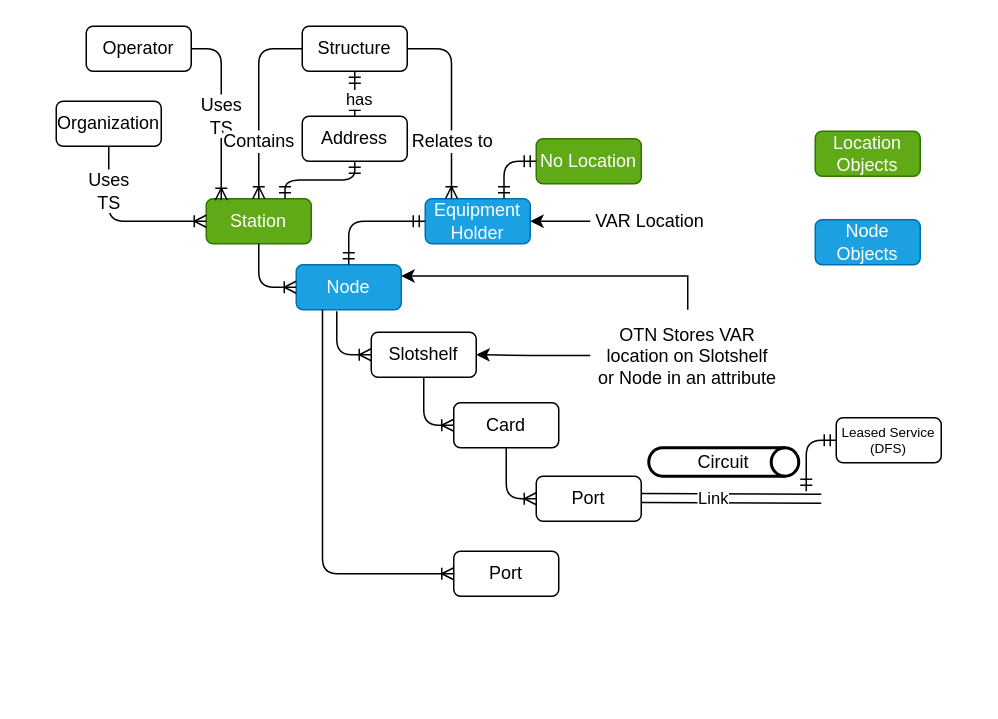
This is page "OSS" (2 of 5) of Untitled Diagram.drawio from dearishtaq/hello-world-old, a draw.io file, before an edit. Source tidied: cells renumbered, new cells numbered last; positions are measured from the earlier drawing's top-left corner, leaving out a move shared by most shapes. Both pictures are drawn from the tidied source at 150%, with x=0, y=0 at pixel (56, 26).
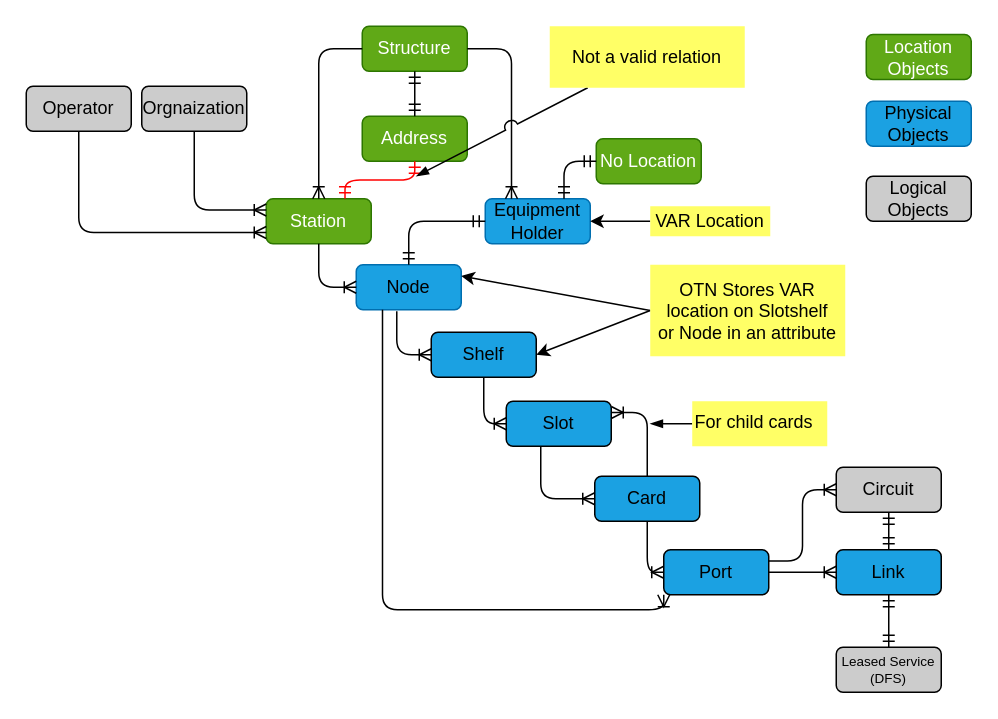
Above is the later version.

Unchanged cells that the change refers to:
```xml
<mxCell id="33" style="fontSize=12;html=1;endArrow=ERmandOne;startArrow=ERmandOne;entryX=0.5;entryY=0;entryDx=0;entryDy=0;exitX=0.5;exitY=1;exitDx=0;exitDy=0;" parent="1" edge="1" source="29" target="32">
  <mxGeometry relative="1" as="geometry" />
</mxCell>
```

Change to the diagram source:
```diff
@@
     <mxCell id="2" value="Station" style="rounded=1;whiteSpace=wrap;html=1;fillColor=#60a917;strokeColor=#2D7600;fontColor=#ffffff;" parent="1" vertex="1">
-      <mxGeometry x="100" y="115" width="70" height="30" as="geometry" />
+      <mxGeometry x="140" y="115" width="70" height="30" as="geometry" />
     </mxCell>
-    <mxCell id="3" value="Node" style="rounded=1;whiteSpace=wrap;html=1;fillColor=#1ba1e2;strokeColor=#006EAF;fontColor=#ffffff;" parent="1" vertex="1">
-      <mxGeometry x="160" y="159" width="70" height="30" as="geometry" />
+    <mxCell id="3" value="Node" style="rounded=1;whiteSpace=wrap;html=1;strokeColor=#006EAF;fillColor=#1BA1E2;" parent="1" vertex="1">
+      <mxGeometry x="200" y="159" width="70" height="30" as="geometry" />
     </mxCell>
@@
-    <mxCell id="5" value="Slotshelf" style="rounded=1;whiteSpace=wrap;html=1;" parent="1" vertex="1">
-      <mxGeometry x="210" y="204" width="70" height="30" as="geometry" />
+    <mxCell id="5" value="Shelf" style="rounded=1;whiteSpace=wrap;html=1;fillColor=#1BA1E2;" parent="1" vertex="1">
+      <mxGeometry x="250" y="204" width="70" height="30" as="geometry" />
     </mxCell>
@@
-    <mxCell id="7" value="Card" style="rounded=1;whiteSpace=wrap;html=1;" parent="1" vertex="1">
-      <mxGeometry x="265" y="251" width="70" height="30" as="geometry" />
+    <mxCell id="7" value="Card" style="rounded=1;whiteSpace=wrap;html=1;fillColor=#1BA1E2;" parent="1" vertex="1">
+      <mxGeometry x="359" y="300" width="70" height="30" as="geometry" />
     </mxCell>
-    <mxCell id="8" style="edgeStyle=orthogonalEdgeStyle;fontSize=12;html=1;endArrow=ERoneToMany;entryX=0;entryY=0.5;entryDx=0;entryDy=0;" parent="1" edge="1" source="5" target="7">
+    <mxCell id="8" style="edgeStyle=orthogonalEdgeStyle;fontSize=12;html=1;endArrow=ERoneToMany;entryX=0;entryY=0.5;entryDx=0;entryDy=0;" parent="1" edge="1" source="5" target="40">
       <mxGeometry relative="1" as="geometry" />
     </mxCell>
-    <mxCell id="9" value="Port" style="rounded=1;whiteSpace=wrap;html=1;" parent="1" vertex="1">
-      <mxGeometry x="320" y="300" width="70" height="30" as="geometry" />
+    <mxCell id="9" value="Port" style="rounded=1;whiteSpace=wrap;html=1;fillColor=#1BA1E2;" parent="1" vertex="1">
+      <mxGeometry x="405" y="349" width="70" height="30" as="geometry" />
     </mxCell>
@@
     <mxCell id="11" style="edgeStyle=elbowEdgeStyle;rounded=0;orthogonalLoop=1;jettySize=auto;elbow=vertical;html=1;entryX=0.25;entryY=0;entryDx=0;entryDy=0;" parent="1" edge="1">
       <mxGeometry relative="1" as="geometry">
-        <mxPoint x="467.5" y="300" as="sourcePoint" />
-        <mxPoint x="467.5" y="300" as="targetPoint" />
+        <mxPoint x="576.5" y="349" as="sourcePoint" />
+        <mxPoint x="576.5" y="349" as="targetPoint" />
       </mxGeometry>
     </mxCell>
     <mxCell id="12" value="Location Objects" style="rounded=1;whiteSpace=wrap;html=1;fillColor=#60a917;strokeColor=#2D7600;fontColor=#ffffff;" parent="1" vertex="1">
-      <mxGeometry x="506" y="70" width="70" height="30" as="geometry" />
+      <mxGeometry x="540" y="5.5" width="70" height="30" as="geometry" />
     </mxCell>
-    <mxCell id="13" value="Node Objects" style="rounded=1;whiteSpace=wrap;html=1;fillColor=#1ba1e2;strokeColor=#006EAF;fontColor=#ffffff;" parent="1" vertex="1">
-      <mxGeometry x="506" y="129" width="70" height="30" as="geometry" />
+    <mxCell id="13" value="Physical Objects" style="rounded=1;whiteSpace=wrap;html=1;fillColor=#1ba1e2;strokeColor=#006EAF;" parent="1" vertex="1">
+      <mxGeometry x="540" y="50" width="70" height="30" as="geometry" />
     </mxCell>
-    <mxCell id="14" value="Equipment Holder" style="rounded=1;whiteSpace=wrap;html=1;fillColor=#1ba1e2;strokeColor=#006EAF;fontColor=#ffffff;" parent="1" vertex="1">
-      <mxGeometry x="246" y="115" width="70" height="30" as="geometry" />
+    <mxCell id="14" value="Equipment Holder" style="rounded=1;whiteSpace=wrap;html=1;strokeColor=#006EAF;fillColor=#1BA1E2;" parent="1" vertex="1">
+      <mxGeometry x="286" y="115" width="70" height="30" as="geometry" />
     </mxCell>
     <mxCell id="15" value="No Location" style="rounded=1;whiteSpace=wrap;html=1;fillColor=#60a917;strokeColor=#2D7600;fontColor=#ffffff;" parent="1" vertex="1">
-      <mxGeometry x="320" y="75" width="70" height="30" as="geometry" />
+      <mxGeometry x="360" y="75" width="70" height="30" as="geometry" />
     </mxCell>
@@
-    <mxCell id="18" value="Port" style="rounded=1;whiteSpace=wrap;html=1;" parent="1" vertex="1">
-      <mxGeometry x="265" y="350" width="70" height="30" as="geometry" />
-    </mxCell>
@@
-    <mxCell id="20" value="VAR Location" style="text;html=1;strokeColor=none;fillColor=none;align=center;verticalAlign=middle;whiteSpace=wrap;overflow=hidden;" parent="1" vertex="1">
-      <mxGeometry x="356" y="120" width="80" height="20" as="geometry" />
+    <mxCell id="20" value="VAR Location" style="text;html=1;strokeColor=none;align=center;verticalAlign=middle;whiteSpace=wrap;overflow=hidden;fillColor=#FFFF66;" parent="1" vertex="1">
+      <mxGeometry x="396" y="120" width="80" height="20" as="geometry" />
     </mxCell>
-    <mxCell id="21" style="edgeStyle=orthogonalEdgeStyle;rounded=0;jettySize=auto;html=1;entryX=1;entryY=0.5;entryDx=0;entryDy=0;" parent="1" edge="1" source="23" target="5">
+    <mxCell id="21" style="rounded=0;jettySize=auto;html=1;entryX=1;entryY=0.5;entryDx=0;entryDy=0;exitX=0;exitY=0.5;exitDx=0;exitDy=0;" parent="1" edge="1" source="23" target="5">
       <mxGeometry relative="1" as="geometry" />
     </mxCell>
-    <mxCell id="22" style="edgeStyle=orthogonalEdgeStyle;rounded=0;jettySize=auto;html=1;entryX=1;entryY=0.25;entryDx=0;entryDy=0;exitX=0.5;exitY=0;exitDx=0;exitDy=0;" parent="1" edge="1" source="23" target="3">
+    <mxCell id="22" style="rounded=0;jettySize=auto;html=1;entryX=1;entryY=0.25;entryDx=0;entryDy=0;exitX=0;exitY=0.5;exitDx=0;exitDy=0;" parent="1" edge="1" source="23" target="3">
       <mxGeometry relative="1" as="geometry" />
     </mxCell>
-    <mxCell id="23" value="OTN Stores VAR location on Slotshelf&lt;br&gt;or Node in an attribute" style="text;html=1;strokeColor=none;fillColor=none;align=center;verticalAlign=middle;whiteSpace=wrap;overflow=hidden;" parent="1" vertex="1">
-      <mxGeometry x="356" y="189" width="130" height="61" as="geometry" />
+    <mxCell id="23" value="OTN Stores VAR location on Slotshelf&lt;br&gt;or Node in an attribute" style="text;html=1;align=center;verticalAlign=middle;whiteSpace=wrap;overflow=hidden;fillColor=#FFFF66;" parent="1" vertex="1">
+      <mxGeometry x="396" y="159" width="130" height="61" as="geometry" />
     </mxCell>
-    <mxCell id="24" style="edgeStyle=orthogonalEdgeStyle;fontSize=12;html=1;endArrow=ERoneToMany;exitX=0.25;exitY=1;exitDx=0;exitDy=0;entryX=0;entryY=0.5;entryDx=0;entryDy=0;" parent="1" edge="1" source="3" target="18">
+    <mxCell id="24" style="edgeStyle=orthogonalEdgeStyle;fontSize=12;html=1;endArrow=ERoneToMany;exitX=0.25;exitY=1;exitDx=0;exitDy=0;entryX=0;entryY=1;entryDx=0;entryDy=0;" parent="1" edge="1" source="3" target="9">
       <mxGeometry relative="1" as="geometry" />
     </mxCell>
-    <mxCell id="25" value="Organization" style="rounded=1;whiteSpace=wrap;html=1;" parent="1" vertex="1">
-      <mxGeometry y="50" width="70" height="30" as="geometry" />
+    <mxCell id="25" value="Operator" style="rounded=1;whiteSpace=wrap;html=1;fillColor=#CCCCCC;" parent="1" vertex="1">
+      <mxGeometry x="-20" y="40" width="70" height="30" as="geometry" />
     </mxCell>
-    <mxCell id="26" value="Uses &lt;br&gt;TS" style="edgeStyle=orthogonalEdgeStyle;fontSize=12;html=1;endArrow=ERoneToMany;exitX=0.5;exitY=1;exitDx=0;exitDy=0;entryX=0;entryY=0.5;entryDx=0;entryDy=0;" parent="1" edge="1" source="25" target="2">
+    <mxCell id="26" style="edgeStyle=orthogonalEdgeStyle;fontSize=12;html=1;endArrow=ERoneToMany;exitX=0.5;exitY=1;exitDx=0;exitDy=0;entryX=0;entryY=0.75;entryDx=0;entryDy=0;" parent="1" edge="1" source="25" target="2">
       <mxGeometry x="-0.48" relative="1" as="geometry" />
     </mxCell>
-    <mxCell id="27" value="Operator" style="rounded=1;whiteSpace=wrap;html=1;" parent="1" vertex="1">
-      <mxGeometry x="20" width="70" height="30" as="geometry" />
+    <mxCell id="27" value="Orgnaization" style="rounded=1;whiteSpace=wrap;html=1;fillColor=#CCCCCC;" parent="1" vertex="1">
+      <mxGeometry x="57" y="40" width="70" height="30" as="geometry" />
     </mxCell>
-    <mxCell id="28" value="Uses &lt;br&gt;TS" style="edgeStyle=orthogonalEdgeStyle;fontSize=12;html=1;endArrow=ERoneToMany;entryX=0.143;entryY=0.033;entryDx=0;entryDy=0;entryPerimeter=0;exitX=1;exitY=0.5;exitDx=0;exitDy=0;" parent="1" edge="1" source="27" target="2">
+    <mxCell id="28" style="edgeStyle=orthogonalEdgeStyle;fontSize=12;html=1;endArrow=ERoneToMany;entryX=0;entryY=0.25;entryDx=0;entryDy=0;exitX=0.5;exitY=1;exitDx=0;exitDy=0;" parent="1" edge="1" source="27" target="2">
       <mxGeometry x="0.07" relative="1" as="geometry" />
     </mxCell>
-    <mxCell id="29" value="Structure" style="rounded=1;whiteSpace=wrap;html=1;" parent="1" vertex="1">
-      <mxGeometry x="164" width="70" height="30" as="geometry" />
+    <mxCell id="29" value="Structure" style="rounded=1;whiteSpace=wrap;html=1;fontColor=#ffffff;strokeColor=#2D7600;fillColor=#60a917;" parent="1" vertex="1">
+      <mxGeometry x="204" width="70" height="30" as="geometry" />
     </mxCell>
-    <mxCell id="30" value="Contains" style="edgeStyle=orthogonalEdgeStyle;fontSize=12;html=1;endArrow=ERoneToMany;entryX=0.5;entryY=0;entryDx=0;entryDy=0;exitX=0;exitY=0.5;exitDx=0;exitDy=0;" parent="1" edge="1" source="29" target="2">
+    <mxCell id="30" style="edgeStyle=orthogonalEdgeStyle;fontSize=12;html=1;endArrow=ERoneToMany;entryX=0.5;entryY=0;entryDx=0;entryDy=0;exitX=0;exitY=0.5;exitDx=0;exitDy=0;" parent="1" edge="1" source="29" target="2">
       <mxGeometry x="0.41" relative="1" as="geometry" />
     </mxCell>
-    <mxCell id="31" value="Relates to" style="edgeStyle=orthogonalEdgeStyle;fontSize=12;html=1;endArrow=ERoneToMany;exitX=1;exitY=0.5;exitDx=0;exitDy=0;entryX=0.25;entryY=0;entryDx=0;entryDy=0;" parent="1" edge="1" source="29" target="14">
+    <mxCell id="31" style="edgeStyle=orthogonalEdgeStyle;fontSize=12;html=1;endArrow=ERoneToMany;exitX=1;exitY=0.5;exitDx=0;exitDy=0;entryX=0.25;entryY=0;entryDx=0;entryDy=0;" parent="1" edge="1" source="29" target="14">
       <mxGeometry x="0.41" relative="1" as="geometry" />
     </mxCell>
-    <mxCell id="32" value="Address" style="rounded=1;whiteSpace=wrap;html=1;" parent="1" vertex="1">
-      <mxGeometry x="164" y="60" width="70" height="30" as="geometry" />
+    <mxCell id="32" value="Address" style="rounded=1;whiteSpace=wrap;html=1;fontColor=#ffffff;strokeColor=#2D7600;fillColor=#60a917;" parent="1" vertex="1">
+      <mxGeometry x="204" y="60" width="70" height="30" as="geometry" />
     </mxCell>
@@
-    <mxCell id="34" value="has" style="edgeLabel;html=1;align=center;verticalAlign=middle;" parent="33" vertex="1">
-      <mxGeometry x="0.12" y="2" relative="1" as="geometry">
-        <mxPoint y="1" as="offset" />
-      </mxGeometry>
-    </mxCell>
-    <mxCell id="35" value="Circuit" style="strokeWidth=2;html=1;shape=mxgraph.flowchart.direct_data;whiteSpace=wrap;" parent="1" vertex="1">
-      <mxGeometry x="395" y="281" width="100" height="19" as="geometry" />
-    </mxCell>
-    <mxCell id="36" value="Link" style="shape=link;html=1;width=6;shadow=0;" parent="1" edge="1">
-      <mxGeometry x="-0.2" relative="1" as="geometry">
-        <mxPoint x="390" y="314.5" as="sourcePoint" />
-        <mxPoint x="510" y="315" as="targetPoint" />
-      </mxGeometry>
-    </mxCell>
-    <mxCell id="37" value="Leased Service (DFS)" style="rounded=1;whiteSpace=wrap;html=1;fontSize=9;" parent="1" vertex="1">
-      <mxGeometry x="520" y="261" width="70" height="30" as="geometry" />
+    <mxCell id="37" value="Leased Service (DFS)" style="rounded=1;whiteSpace=wrap;html=1;fontSize=9;fillColor=#CCCCCC;" parent="1" vertex="1">
+      <mxGeometry x="520" y="414" width="70" height="30" as="geometry" />
     </mxCell>
-    <mxCell id="38" style="edgeStyle=orthogonalEdgeStyle;fontSize=12;html=1;endArrow=ERmandOne;startArrow=ERmandOne;shadow=0;entryX=0;entryY=0.5;entryDx=0;entryDy=0;" parent="1" edge="1" target="37">
-      <mxGeometry relative="1" as="geometry">
-        <mxPoint x="500" y="310" as="sourcePoint" />
-        <Array as="points">
-          <mxPoint x="500" y="276" />
-        </Array>
-      </mxGeometry>
+    <mxCell id="38" style="fontSize=12;html=1;endArrow=ERmandOne;startArrow=ERmandOne;shadow=0;entryX=0.5;entryY=0;entryDx=0;entryDy=0;exitX=0.5;exitY=1;exitDx=0;exitDy=0;" parent="1" edge="1" source="36" target="37">
+      <mxGeometry relative="1" as="geometry" />
     </mxCell>
-    <mxCell id="39" style="edgeStyle=orthogonalEdgeStyle;fontSize=12;html=1;endArrow=ERmandOne;startArrow=ERmandOne;shadow=0;entryX=0.5;entryY=1;entryDx=0;entryDy=0;exitX=0.75;exitY=0;exitDx=0;exitDy=0;" parent="1" edge="1" source="2" target="32">
+    <mxCell id="39" style="edgeStyle=orthogonalEdgeStyle;fontSize=12;html=1;endArrow=ERmandOne;startArrow=ERmandOne;shadow=0;entryX=0.5;entryY=1;entryDx=0;entryDy=0;exitX=0.75;exitY=0;exitDx=0;exitDy=0;fontColor=#FF0000;strokeColor=#FF0000;" parent="1" edge="1" source="2" target="32">
       <mxGeometry relative="1" as="geometry" />
     </mxCell>
+    <mxCell id="36" value="Link" style="rounded=1;whiteSpace=wrap;html=1;fillColor=#1BA1E2;" parent="1" vertex="1">
+      <mxGeometry x="520" y="349" width="70" height="30" as="geometry" />
+    </mxCell>
+    <mxCell id="40" value="Slot" style="rounded=1;whiteSpace=wrap;html=1;fillColor=#1BA1E2;" parent="1" vertex="1">
+      <mxGeometry x="300" y="250" width="70" height="30" as="geometry" />
+    </mxCell>
+    <mxCell id="41" style="edgeStyle=orthogonalEdgeStyle;fontSize=12;html=1;endArrow=ERoneToMany;entryX=0;entryY=0.5;entryDx=0;entryDy=0;" parent="1" edge="1" target="7">
+      <mxGeometry relative="1" as="geometry">
+        <mxPoint x="323" y="280" as="sourcePoint" />
+        <Array as="points">
+          <mxPoint x="323" y="315" />
+        </Array>
+      </mxGeometry>
+    </mxCell>
+    <mxCell id="42" style="edgeStyle=orthogonalEdgeStyle;fontSize=12;html=1;endArrow=ERoneToMany;entryX=1;entryY=0.25;entryDx=0;entryDy=0;exitX=0.5;exitY=0;exitDx=0;exitDy=0;" parent="1" edge="1" source="7" target="40">
+      <mxGeometry relative="1" as="geometry" />
+    </mxCell>
+    <mxCell id="43" style="edgeStyle=orthogonalEdgeStyle;fontSize=12;html=1;endArrow=ERoneToMany;exitX=1;exitY=0.5;exitDx=0;exitDy=0;" parent="1" edge="1" source="9">
+      <mxGeometry relative="1" as="geometry">
+        <mxPoint x="520" y="364" as="targetPoint" />
+      </mxGeometry>
+    </mxCell>
+    <mxCell id="35" value="Circuit" style="rounded=1;whiteSpace=wrap;html=1;fillColor=#CCCCCC;" parent="1" vertex="1">
+      <mxGeometry x="520" y="294" width="70" height="30" as="geometry" />
+    </mxCell>
+    <mxCell id="44" style="edgeStyle=orthogonalEdgeStyle;fontSize=12;html=1;endArrow=ERoneToMany;entryX=0;entryY=0.5;entryDx=0;entryDy=0;exitX=1;exitY=0.25;exitDx=0;exitDy=0;" parent="1" edge="1" source="9" target="35">
+      <mxGeometry relative="1" as="geometry" />
+    </mxCell>
+    <mxCell id="45" style="fontSize=12;html=1;endArrow=ERmandOne;startArrow=ERmandOne;shadow=0;entryX=0.5;entryY=0;entryDx=0;entryDy=0;exitX=0.5;exitY=1;exitDx=0;exitDy=0;" parent="1" edge="1" source="35" target="36">
+      <mxGeometry relative="1" as="geometry" />
+    </mxCell>
+    <mxCell id="46" style="edgeStyle=none;rounded=0;sketch=0;jumpStyle=arc;jumpSize=9;jettySize=auto;html=1;shadow=0;startArrow=none;startFill=0;strokeWidth=1;fillColor=#000000;fontColor=#FF0000;startSize=3;endArrow=blockThin;endFill=1;" parent="1" edge="1" source="47">
+      <mxGeometry relative="1" as="geometry">
+        <mxPoint x="240" y="100" as="targetPoint" />
+      </mxGeometry>
+    </mxCell>
+    <mxCell id="47" value="Not a valid relation" style="text;html=1;strokeColor=none;align=center;verticalAlign=middle;whiteSpace=wrap;overflow=hidden;fillColor=#FFFF66;" parent="1" vertex="1">
+      <mxGeometry x="329" width="130" height="41" as="geometry" />
+    </mxCell>
+    <mxCell id="48" style="edgeStyle=none;rounded=0;sketch=0;jumpStyle=arc;jumpSize=9;jettySize=auto;html=1;shadow=0;startArrow=none;startFill=0;startSize=3;endArrow=blockThin;endFill=1;strokeColor=#000000;strokeWidth=1;fillColor=#000000;fontColor=#FF0000;" parent="1" edge="1" source="49">
+      <mxGeometry relative="1" as="geometry">
+        <mxPoint x="396" y="265" as="targetPoint" />
+      </mxGeometry>
+    </mxCell>
+    <mxCell id="49" value="&lt;span style=&quot;color: rgb(0 , 0 , 0) ; text-align: center&quot;&gt;For child cards&lt;/span&gt;" style="text;whiteSpace=wrap;html=1;fontColor=#FF0000;fillColor=#FFFF66;" parent="1" vertex="1">
+      <mxGeometry x="424" y="250" width="90" height="30" as="geometry" />
+    </mxCell>
+    <mxCell id="50" value="Logical&lt;br&gt;Objects" style="rounded=1;whiteSpace=wrap;html=1;fillColor=#CCCCCC;strokeColor=#000000;" parent="1" vertex="1">
+      <mxGeometry x="540" y="100" width="70" height="30" as="geometry" />
+    </mxCell>
```
